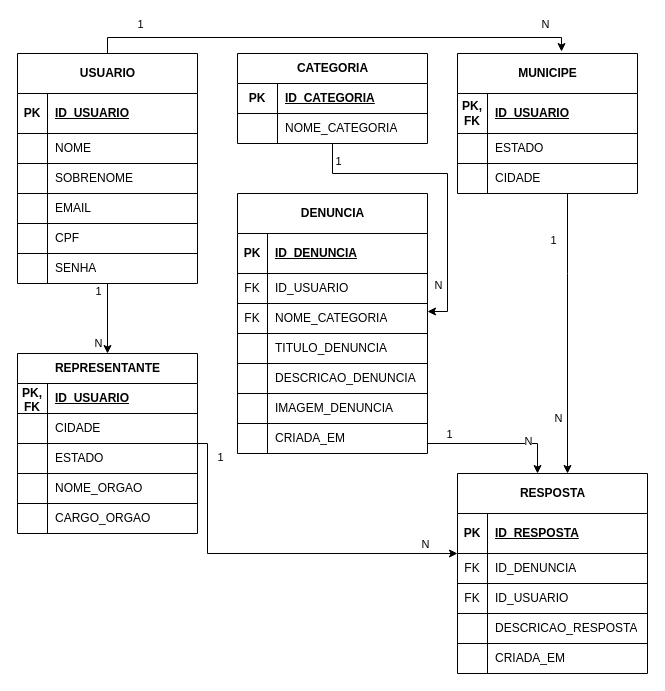
This is tcc-documentacao/Planejamento/banco-de-dados/modelo-relacional-diagrama.drawio from ValterRibeiro1994/tcc-etec, a draw.io file, before an edit. Source tidied: cells renumbered, new cells numbered last; positions are measured from the earlier drawing's top-left corner, leaving out a move shared by most shapes. Both pictures are drawn from the tidied source at 100%, with x=0, y=0 at pixel (17, 37).
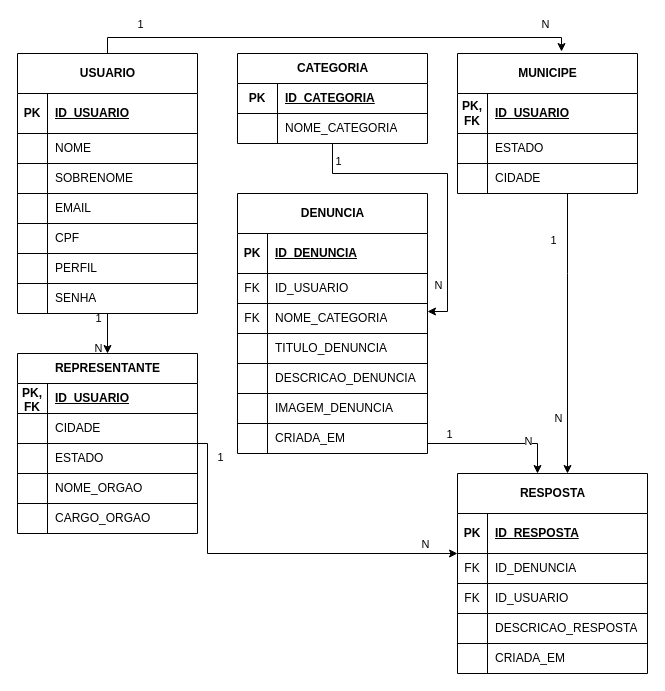
The same diagram, later.

The change refers to these unchanged cells:
```xml
<mxCell id="21" style="shape=tableRow;horizontal=0;startSize=0;swimlaneHead=0;swimlaneBody=0;fillColor=none;top=0;left=0;right=0;bottom=0;" parent="5" vertex="1">
  <mxGeometry y="200" width="180" height="30" as="geometry" />
</mxCell>
```

Diff of the diagram source:
```diff
@@
     <mxCell id="5" value="USUARIO" style="shape=table;startSize=40;childLayout=tableLayout;rowLines=10;fontStyle=1;align=center;html=1;" parent="1" vertex="1">
-      <mxGeometry y="16" width="180" height="230" as="geometry" />
+      <mxGeometry y="16" width="180" height="260" as="geometry" />
     </mxCell>
@@
-    <mxCell id="23" value="SENHA" style="shape=partialRectangle;fillColor=none;top=0;left=0;bottom=0;right=0;align=left;spacingLeft=6;overflow=hidden;whiteSpace=wrap;html=1;" parent="21" vertex="1">
+    <mxCell id="23" value="PERFIL" style="shape=partialRectangle;fillColor=none;top=0;left=0;bottom=0;right=0;align=left;spacingLeft=6;overflow=hidden;whiteSpace=wrap;html=1;" parent="21" vertex="1">
       <mxGeometry x="30" width="150" height="30" as="geometry" />
     </mxCell>
+    <mxCell id="110" style="shape=tableRow;horizontal=0;startSize=0;swimlaneHead=0;swimlaneBody=0;fillColor=none;top=0;left=0;right=0;bottom=0;" parent="5" vertex="1">
+      <mxGeometry y="230" width="180" height="30" as="geometry" />
+    </mxCell>
+    <mxCell id="111" style="shape=partialRectangle;fillColor=none;top=0;left=0;bottom=0;right=0;overflow=hidden;whiteSpace=wrap;html=1;" parent="110" vertex="1">
+      <mxGeometry width="30" height="30" as="geometry" />
+    </mxCell>
+    <mxCell id="112" value="SENHA" style="shape=partialRectangle;fillColor=none;top=0;left=0;bottom=0;right=0;align=left;spacingLeft=6;overflow=hidden;whiteSpace=wrap;html=1;" parent="110" vertex="1">
+      <mxGeometry x="30" width="150" height="30" as="geometry" />
+    </mxCell>
```
